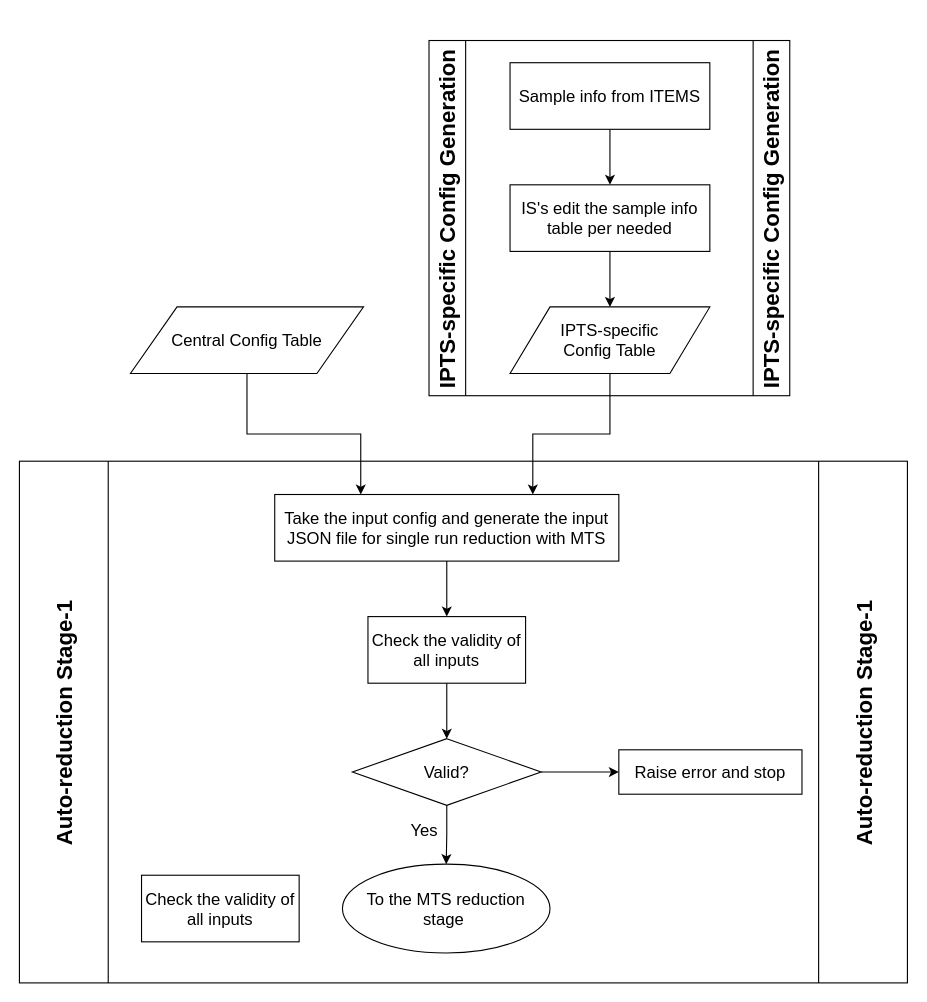
The draw.io diagram Dev/2023/MTS/Auto_config.dio in Kvieta1990/Working_Proj, before the edit. Source tidied: cells renumbered, new cells numbered last; positions are measured from the earlier drawing's top-left corner, leaving out a move shared by most shapes. Both pictures are drawn from the tidied source at 111%, with x=0, y=0 at pixel (-87, 40).
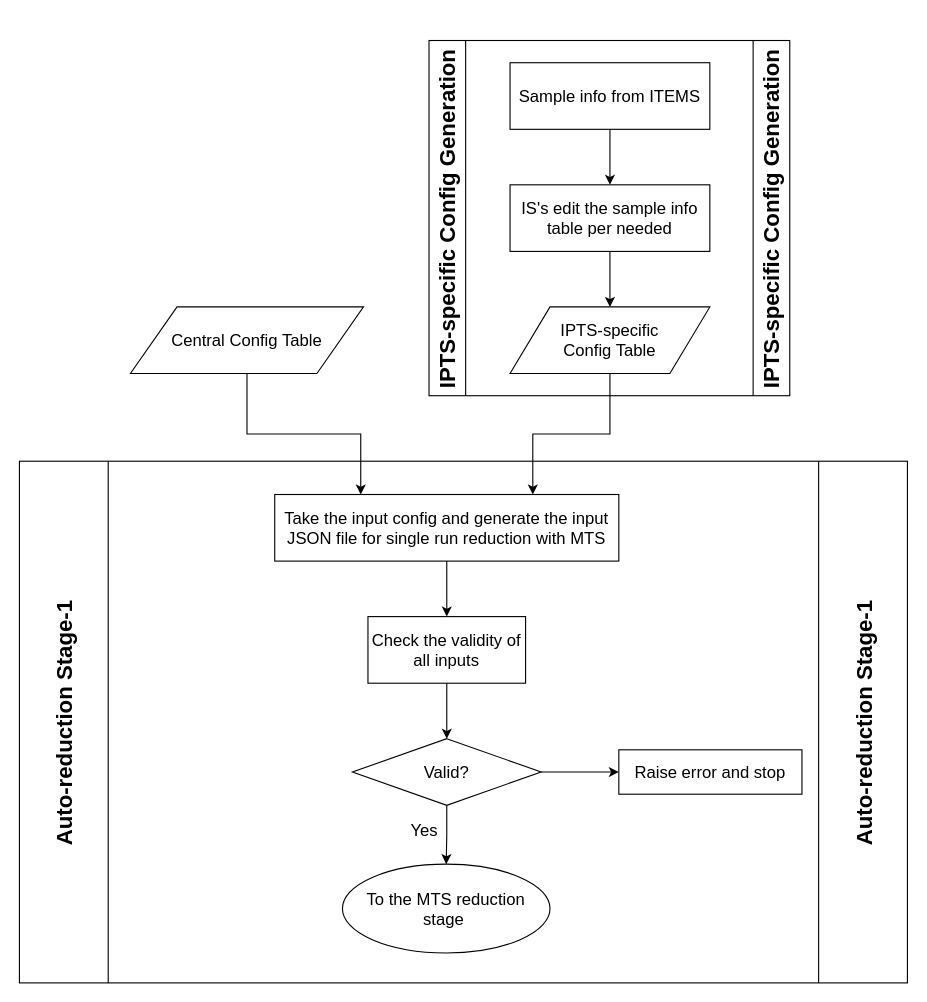
Above is the later version.

Commit message (it also covers changes not shown here):
add in some useful tools

What changed in the source:
```diff
@@
-    <mxCell id="26" value="&lt;font style=&quot;font-size: 15px&quot;&gt;Check the validity of all inputs&lt;/font&gt;" style="rounded=0;whiteSpace=wrap;html=1;" parent="1" vertex="1">
-      <mxGeometry x="205" y="752" width="142" height="60" as="geometry" />
-    </mxCell>
```
